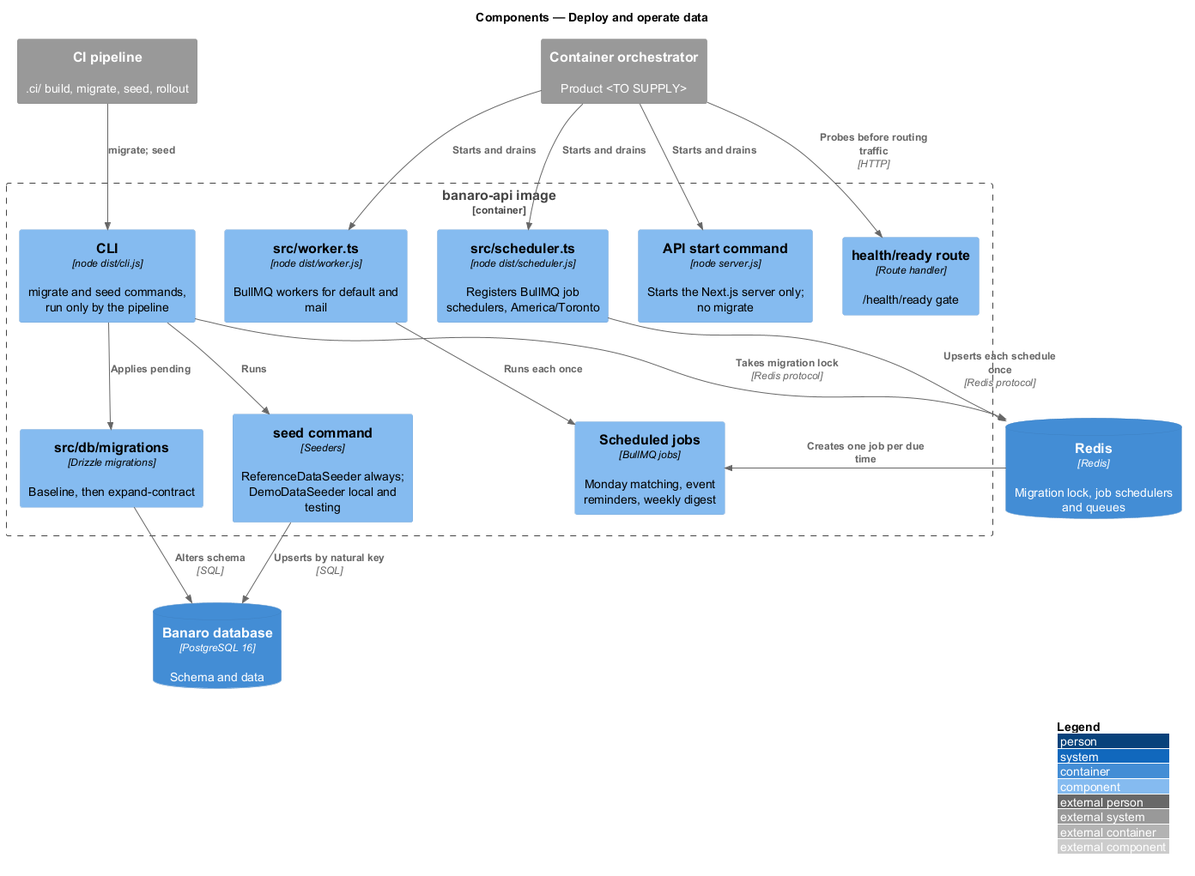
Earlier version of the PlantUML export docs/detailed-designs/operations/deploy-and-operate-data/diagrams/c4-component.png (QuinntyneBrown/banaro).
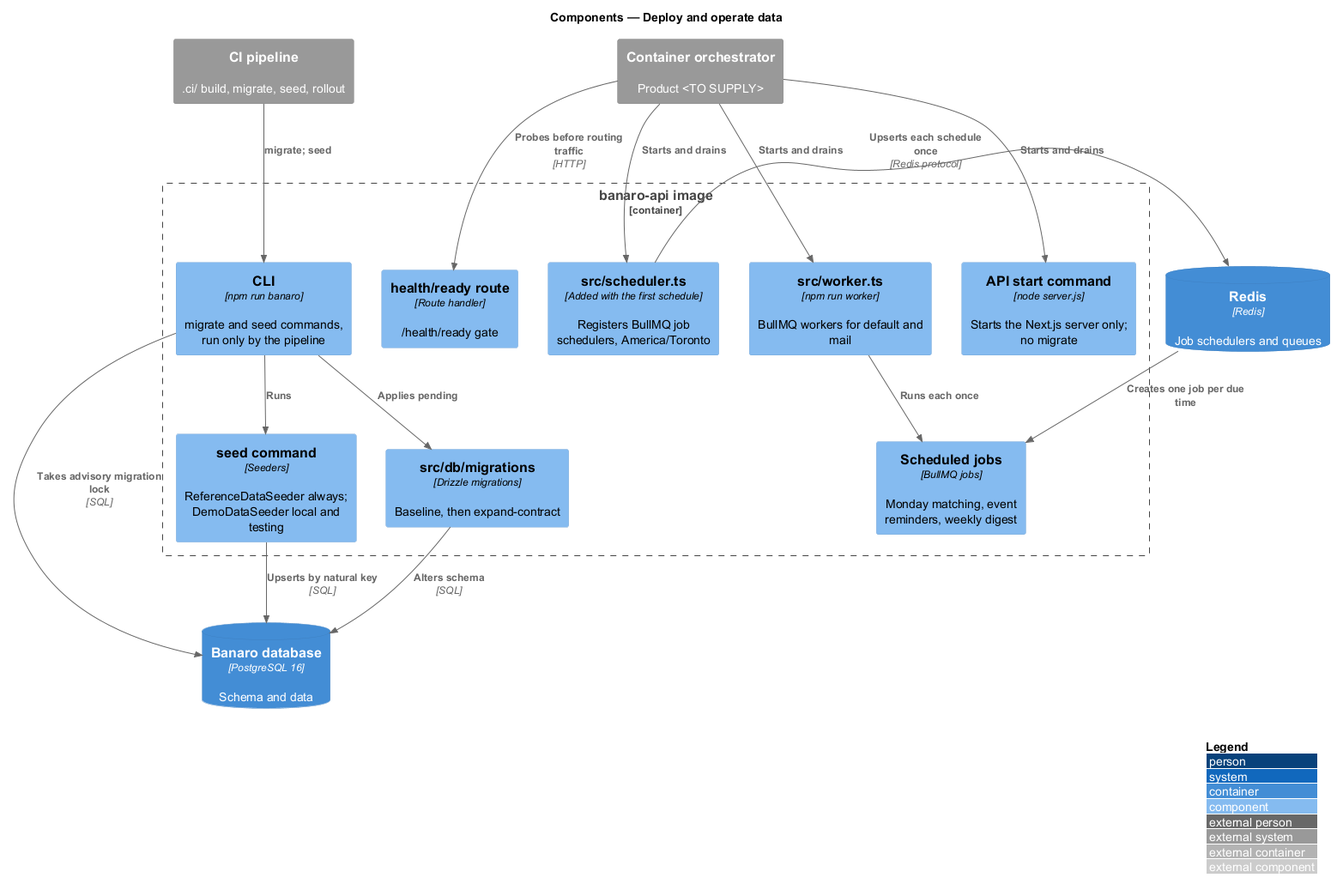
After the commit.

What changed in the source:
```diff
@@ -6,23 +6,23 @@
 System_Ext(pipeline, "CI pipeline", ".ci/ build, migrate, seed, rollout")
 System_Ext(orchestrator, "Container orchestrator", "Product <TO SUPPLY>")
 ContainerDb(db, "Banaro database", "PostgreSQL 16", "Schema and data")
-ContainerDb(redis, "Redis", "Redis", "Migration lock, job schedulers and queues")
+ContainerDb(redis, "Redis", "Redis", "Job schedulers and queues")
 
 Container_Boundary(image, "banaro-api image") {
   Component(apiCmd, "API start command", "node server.js", "Starts the Next.js server only; no migrate")
-  Component(cli, "CLI", "node dist/cli.js", "migrate and seed commands, run only by the pipeline")
+  Component(cli, "CLI", "npm run banaro", "migrate and seed commands, run only by the pipeline")
   Component(migrations, "src/db/migrations", "Drizzle migrations", "Baseline, then expand-contract")
   Component(seeder, "seed command", "Seeders", "ReferenceDataSeeder always; DemoDataSeeder local and testing")
   Component(ready, "health/ready route", "Route handler", "/health/ready gate")
-  Component(scheduler, "src/scheduler.ts", "node dist/scheduler.js", "Registers BullMQ job schedulers, America/Toronto")
-  Component(worker, "src/worker.ts", "node dist/worker.js", "BullMQ workers for default and mail")
+  Component(scheduler, "src/scheduler.ts", "Added with the first schedule", "Registers BullMQ job schedulers, America/Toronto")
+  Component(worker, "src/worker.ts", "npm run worker", "BullMQ workers for default and mail")
   Component(jobs, "Scheduled jobs", "BullMQ jobs", "Monday matching, event reminders, weekly digest")
 }
 
 Rel(pipeline, cli, "migrate; seed")
 Rel(cli, migrations, "Applies pending")
 Rel(cli, seeder, "Runs")
-Rel(cli, redis, "Takes migration lock", "Redis protocol")
+Rel(cli, db, "Takes advisory migration lock", "SQL")
 Rel(migrations, db, "Alters schema", "SQL")
 Rel(seeder, db, "Upserts by natural key", "SQL")
 Rel(orchestrator, apiCmd, "Starts and drains")
```
